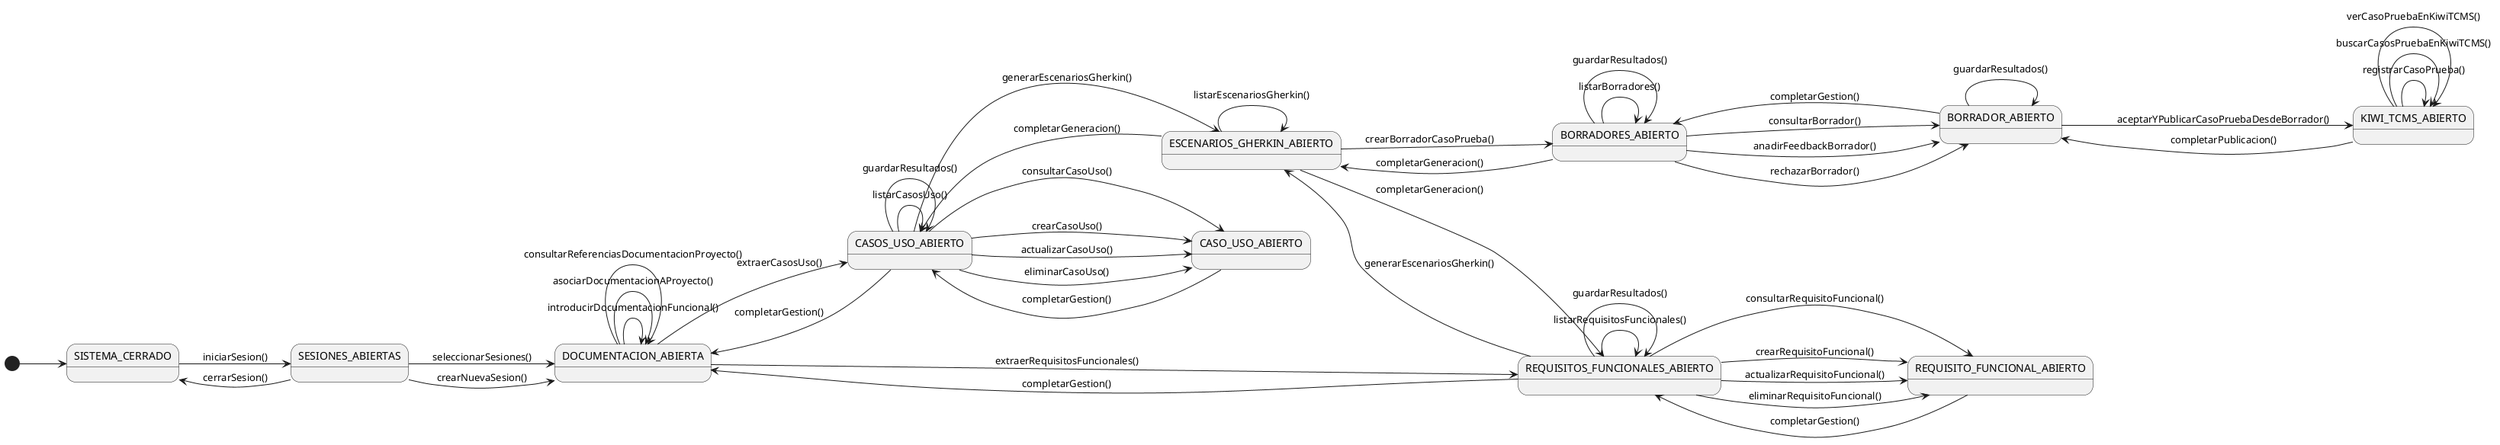
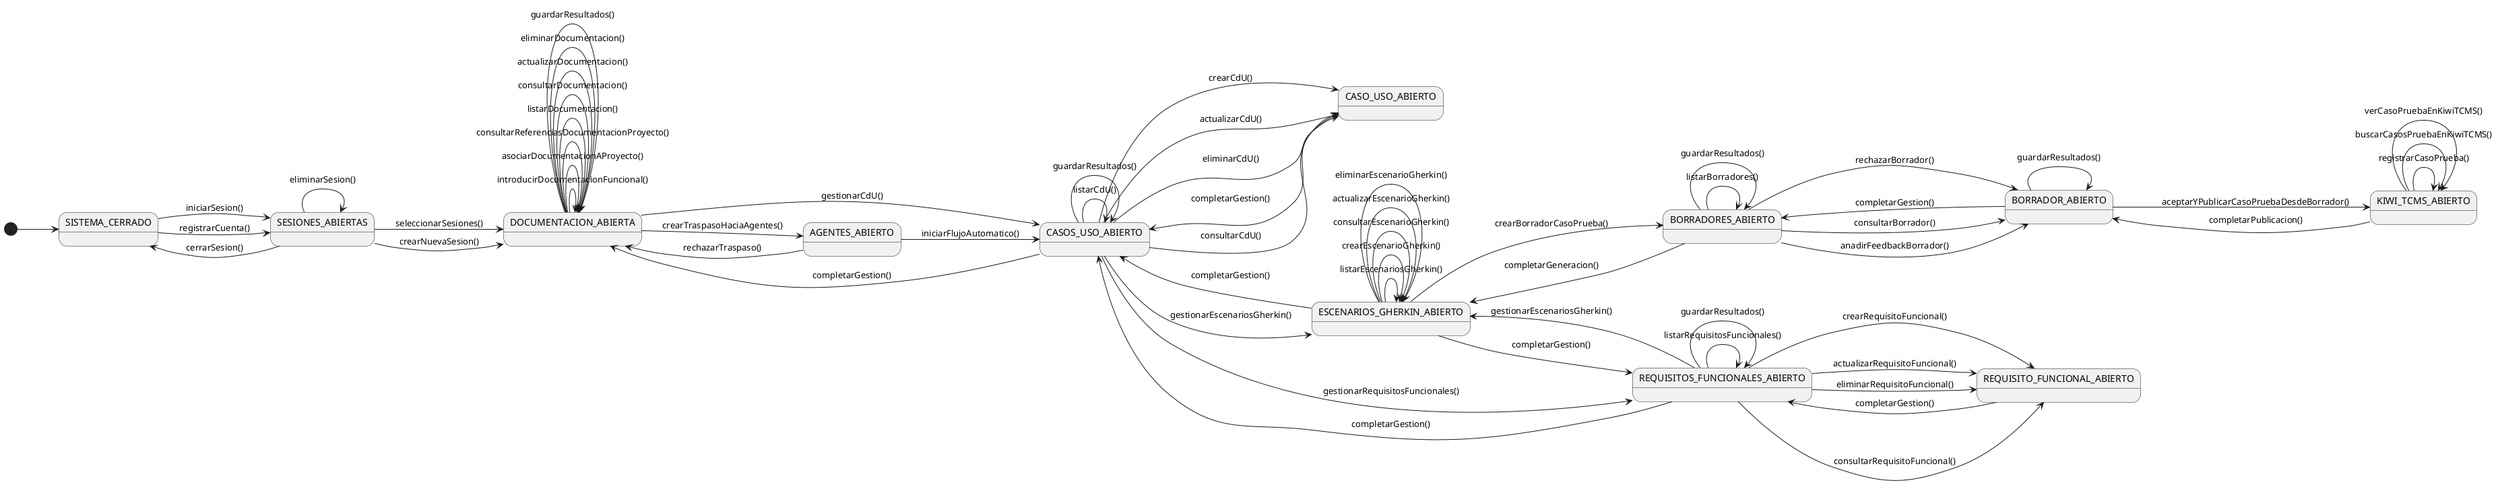
- ﻿@startuml
+ @startuml
left to right direction

[*] --> SISTEMA_CERRADO

+ ' === Autenticacion ===
SISTEMA_CERRADO --> SESIONES_ABIERTAS : iniciarSesion()
+ SISTEMA_CERRADO --> SESIONES_ABIERTAS : registrarCuenta()
SESIONES_ABIERTAS --> SISTEMA_CERRADO : cerrarSesion()
+ 
+ ' === Sesiones ===
SESIONES_ABIERTAS --> DOCUMENTACION_ABIERTA : seleccionarSesiones()
SESIONES_ABIERTAS --> DOCUMENTACION_ABIERTA : crearNuevaSesion()
+ SESIONES_ABIERTAS --> SESIONES_ABIERTAS : eliminarSesion()

+ ' === Documentacion ===
DOCUMENTACION_ABIERTA --> DOCUMENTACION_ABIERTA : introducirDocumentacionFuncional()
DOCUMENTACION_ABIERTA --> DOCUMENTACION_ABIERTA : asociarDocumentacionAProyecto()
DOCUMENTACION_ABIERTA --> DOCUMENTACION_ABIERTA : consultarReferenciasDocumentacionProyecto()
+ DOCUMENTACION_ABIERTA --> DOCUMENTACION_ABIERTA : listarDocumentacion()
+ DOCUMENTACION_ABIERTA --> DOCUMENTACION_ABIERTA : consultarDocumentacion()
+ DOCUMENTACION_ABIERTA --> DOCUMENTACION_ABIERTA : actualizarDocumentacion()
+ DOCUMENTACION_ABIERTA --> DOCUMENTACION_ABIERTA : eliminarDocumentacion()
+ DOCUMENTACION_ABIERTA --> DOCUMENTACION_ABIERTA : guardarResultados()

- DOCUMENTACION_ABIERTA --> CASOS_USO_ABIERTO : extraerCasosUso()
+ DOCUMENTACION_ABIERTA --> CASOS_USO_ABIERTO : gestionarCdU()
+ DOCUMENTACION_ABIERTA --> AGENTES_ABIERTO : crearTraspasoHaciaAgentes()
+ 
+ ' === Flujo de agentes (automatico) ===
+ AGENTES_ABIERTO --> CASOS_USO_ABIERTO : iniciarFlujoAutomatico()
+ AGENTES_ABIERTO --> DOCUMENTACION_ABIERTA : rechazarTraspaso()
+ 
+ ' === Casos de uso (flujo manual) ===
CASOS_USO_ABIERTO --> DOCUMENTACION_ABIERTA : completarGestion()
- CASOS_USO_ABIERTO --> CASOS_USO_ABIERTO : listarCasosUso()
+ CASOS_USO_ABIERTO --> CASOS_USO_ABIERTO : listarCdU()
CASOS_USO_ABIERTO --> CASOS_USO_ABIERTO : guardarResultados()

- CASOS_USO_ABIERTO --> CASO_USO_ABIERTO : consultarCasoUso()
- CASOS_USO_ABIERTO --> CASO_USO_ABIERTO : crearCasoUso()
- CASOS_USO_ABIERTO --> CASO_USO_ABIERTO : actualizarCasoUso()
- CASOS_USO_ABIERTO --> CASO_USO_ABIERTO : eliminarCasoUso()
+ CASOS_USO_ABIERTO --> CASO_USO_ABIERTO : consultarCdU()
+ CASOS_USO_ABIERTO --> CASO_USO_ABIERTO : crearCdU()
+ CASOS_USO_ABIERTO --> CASO_USO_ABIERTO : actualizarCdU()
+ CASOS_USO_ABIERTO --> CASO_USO_ABIERTO : eliminarCdU()
CASO_USO_ABIERTO --> CASOS_USO_ABIERTO : completarGestion()

- DOCUMENTACION_ABIERTA --> REQUISITOS_FUNCIONALES_ABIERTO : extraerRequisitosFuncionales()
- REQUISITOS_FUNCIONALES_ABIERTO --> DOCUMENTACION_ABIERTA : completarGestion()
+ ' === Requisitos funcionales ===
+ CASOS_USO_ABIERTO --> REQUISITOS_FUNCIONALES_ABIERTO : gestionarRequisitosFuncionales()
+ REQUISITOS_FUNCIONALES_ABIERTO --> CASOS_USO_ABIERTO : completarGestion()
REQUISITOS_FUNCIONALES_ABIERTO --> REQUISITOS_FUNCIONALES_ABIERTO : listarRequisitosFuncionales()
REQUISITOS_FUNCIONALES_ABIERTO --> REQUISITOS_FUNCIONALES_ABIERTO : guardarResultados()

REQUISITOS_FUNCIONALES_ABIERTO --> REQUISITO_FUNCIONAL_ABIERTO : consultarRequisitoFuncional()
REQUISITOS_FUNCIONALES_ABIERTO --> REQUISITO_FUNCIONAL_ABIERTO : crearRequisitoFuncional()
REQUISITOS_FUNCIONALES_ABIERTO --> REQUISITO_FUNCIONAL_ABIERTO : actualizarRequisitoFuncional()
REQUISITOS_FUNCIONALES_ABIERTO --> REQUISITO_FUNCIONAL_ABIERTO : eliminarRequisitoFuncional()
REQUISITO_FUNCIONAL_ABIERTO --> REQUISITOS_FUNCIONALES_ABIERTO : completarGestion()

- CASOS_USO_ABIERTO --> ESCENARIOS_GHERKIN_ABIERTO : generarEscenariosGherkin()
- REQUISITOS_FUNCIONALES_ABIERTO --> ESCENARIOS_GHERKIN_ABIERTO : generarEscenariosGherkin()
- ESCENARIOS_GHERKIN_ABIERTO --> CASOS_USO_ABIERTO : completarGeneracion()
- ESCENARIOS_GHERKIN_ABIERTO --> REQUISITOS_FUNCIONALES_ABIERTO : completarGeneracion()
+ ' === Escenarios Gherkin ===
+ CASOS_USO_ABIERTO --> ESCENARIOS_GHERKIN_ABIERTO : gestionarEscenariosGherkin()
+ REQUISITOS_FUNCIONALES_ABIERTO --> ESCENARIOS_GHERKIN_ABIERTO : gestionarEscenariosGherkin()
+ ESCENARIOS_GHERKIN_ABIERTO --> CASOS_USO_ABIERTO : completarGestion()
+ ESCENARIOS_GHERKIN_ABIERTO --> REQUISITOS_FUNCIONALES_ABIERTO : completarGestion()
ESCENARIOS_GHERKIN_ABIERTO --> ESCENARIOS_GHERKIN_ABIERTO : listarEscenariosGherkin()
+ ESCENARIOS_GHERKIN_ABIERTO --> ESCENARIOS_GHERKIN_ABIERTO : crearEscenarioGherkin()
+ ESCENARIOS_GHERKIN_ABIERTO --> ESCENARIOS_GHERKIN_ABIERTO : consultarEscenarioGherkin()
+ ESCENARIOS_GHERKIN_ABIERTO --> ESCENARIOS_GHERKIN_ABIERTO : actualizarEscenarioGherkin()
+ ESCENARIOS_GHERKIN_ABIERTO --> ESCENARIOS_GHERKIN_ABIERTO : eliminarEscenarioGherkin()

+ ' === Borradores ===
ESCENARIOS_GHERKIN_ABIERTO --> BORRADORES_ABIERTO : crearBorradorCasoPrueba()
BORRADORES_ABIERTO --> ESCENARIOS_GHERKIN_ABIERTO : completarGeneracion()
BORRADORES_ABIERTO --> BORRADORES_ABIERTO : listarBorradores()
BORRADORES_ABIERTO --> BORRADORES_ABIERTO : guardarResultados()

BORRADORES_ABIERTO --> BORRADOR_ABIERTO : consultarBorrador()
BORRADORES_ABIERTO --> BORRADOR_ABIERTO : anadirFeedbackBorrador()
BORRADORES_ABIERTO --> BORRADOR_ABIERTO : rechazarBorrador()
BORRADOR_ABIERTO --> BORRADOR_ABIERTO : guardarResultados()
BORRADOR_ABIERTO --> BORRADORES_ABIERTO : completarGestion()

+ ' === Kiwi TCMS ===
BORRADOR_ABIERTO --> KIWI_TCMS_ABIERTO : aceptarYPublicarCasoPruebaDesdeBorrador()
KIWI_TCMS_ABIERTO --> KIWI_TCMS_ABIERTO : registrarCasoPrueba()
KIWI_TCMS_ABIERTO --> BORRADOR_ABIERTO : completarPublicacion()
- 
KIWI_TCMS_ABIERTO --> KIWI_TCMS_ABIERTO : buscarCasosPruebaEnKiwiTCMS()
KIWI_TCMS_ABIERTO --> KIWI_TCMS_ABIERTO : verCasoPruebaEnKiwiTCMS()

@enduml
